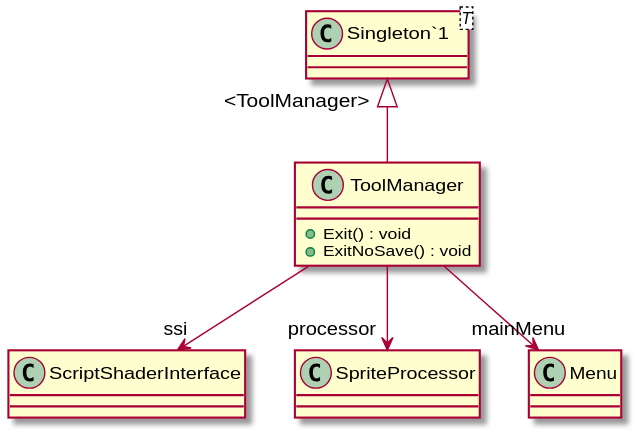
Above: UML/Assets/Scripts/ToolManager.svg in streepje8/ToolDev2023 (PlantUML), before the change.
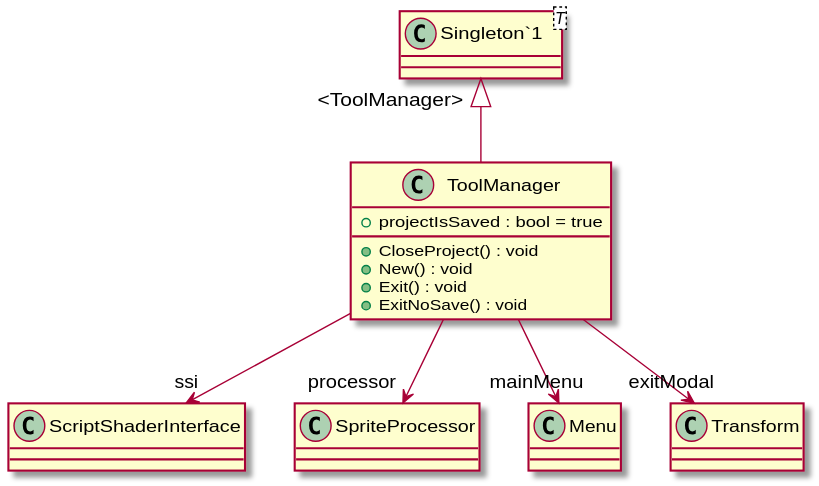
Above is the later version.

Commit message:
Generate UML (Generate UML)

Diff of the diagram source:
```diff
@@ -1,5 +1,8 @@
 @startuml
 class ToolManager {
+    + projectIsSaved : bool = true
+    + CloseProject() : void
+    + New() : void
     + Exit() : void
     + ExitNoSave() : void
 }
@@ -9,4 +12,5 @@
 ToolManager --> "ssi" ScriptShaderInterface
 ToolManager --> "processor" SpriteProcessor
 ToolManager --> "mainMenu" Menu
+ToolManager --> "exitModal" Transform
 @enduml
```
